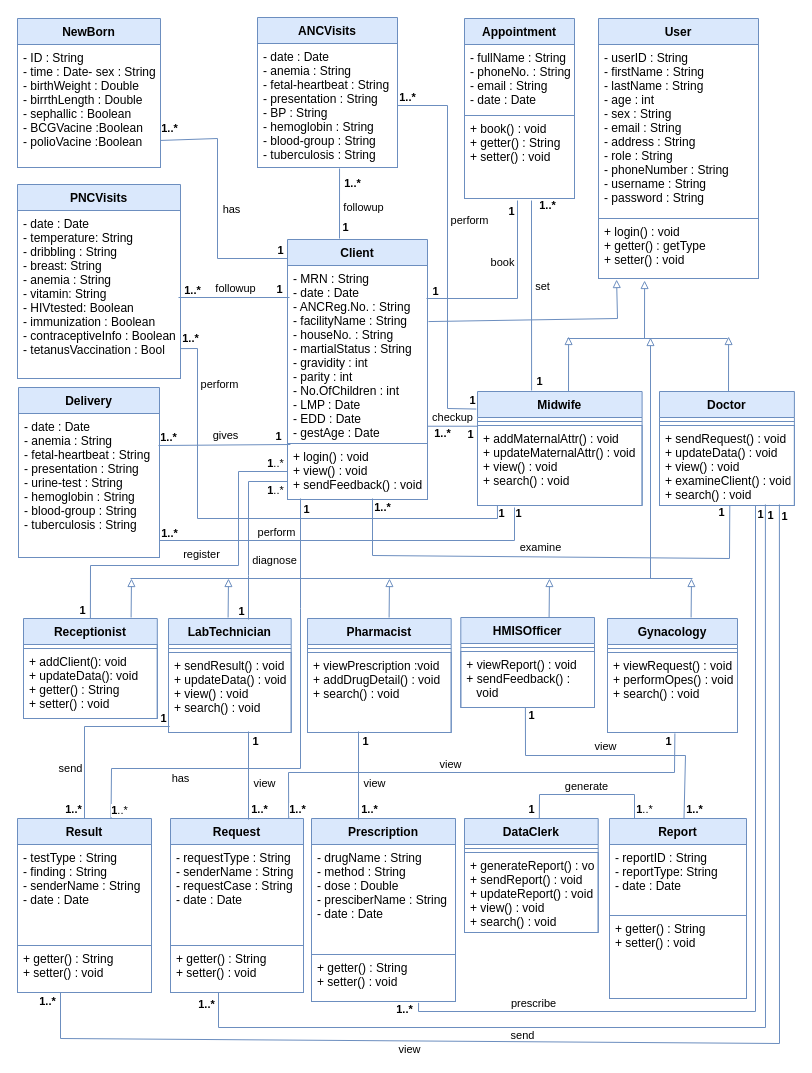
Before: Class Diagram.drawio in fasil712/UML_Diagram_Design, a draw.io diagram. Source tidied: cells renumbered, new cells numbered last; positions are measured from the earlier drawing's top-left corner, leaving out a move shared by most shapes. Both pictures are drawn from the tidied source at 100%, with x=0, y=0 at pixel (17, 17).
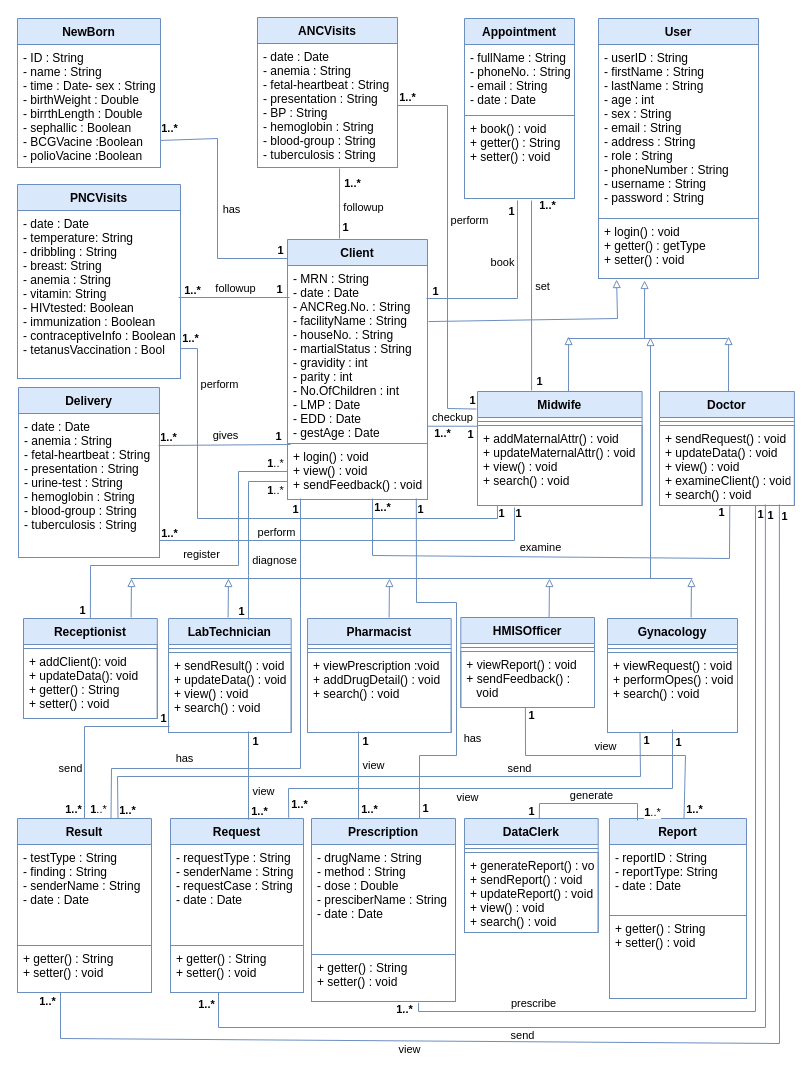
The same page after the edit.

The change refers to these unchanged cells:
```xml
<mxCell id="5" value="Result" style="swimlane;fontStyle=1;align=center;verticalAlign=top;horizontal=1;startSize=26;strokeWidth=1;spacingTop=0;fontSize=12;strokeColor=#6c8ebf;fillColor=#dae8fc;" parent="1" vertex="1">
  <mxGeometry y="801" width="134" height="174" as="geometry" />
</mxCell>
<mxCell id="11" value="Prescription" style="swimlane;fontStyle=1;align=center;verticalAlign=top;horizontal=1;startSize=26;strokeWidth=1;spacingTop=0;fontSize=12;strokeColor=#6c8ebf;fillColor=#dae8fc;" parent="1" vertex="1">
  <mxGeometry x="294" y="801" width="144" height="183" as="geometry" />
</mxCell>
<mxCell id="19" value="+ login() : void&#10;+ view() : void&#10;+ sendFeedback() : void" style="text;strokeColor=#6C8EBF;fillColor=none;align=left;verticalAlign=top;spacingLeft=4;spacingRight=4;overflow=hidden;points=[[0,0.5],[1,0.5]];portConstraint=eastwest;strokeWidth=1;spacingTop=0;fontSize=12;" parent="17" vertex="1">
  <mxGeometry y="204" width="140" height="56" as="geometry" />
</mxCell>
<mxCell id="26" value="NewBorn" style="swimlane;fontStyle=1;align=center;verticalAlign=top;horizontal=1;startSize=26;strokeWidth=1;spacingTop=0;fontSize=12;strokeColor=#6c8ebf;fillColor=#dae8fc;" parent="1" vertex="1">
  <mxGeometry y="1" width="143" height="149" as="geometry" />
</mxCell>
<mxCell id="59" value="Gynacology" style="swimlane;fontStyle=1;align=center;verticalAlign=top;horizontal=1;startSize=26;strokeWidth=1;spacingTop=0;fontSize=12;strokeColor=#6c8ebf;fillColor=#dae8fc;" parent="1" vertex="1">
  <mxGeometry x="590" y="601" width="130" height="114" as="geometry" />
</mxCell>
<mxCell id="107" style="endArrow=none;html=1;rounded=0;strokeWidth=1;fillColor=#dae8fc;strokeColor=#6c8ebf;entryX=0.5;entryY=0;entryDx=0;entryDy=0;" parent="1" edge="1">
  <mxGeometry relative="1" as="geometry">
    <mxPoint x="341" y="714" as="sourcePoint" />
    <mxPoint x="341" y="802" as="targetPoint" />
  </mxGeometry>
</mxCell>
<mxCell id="123" style="endArrow=none;html=1;rounded=0;strokeWidth=1;fillColor=#dae8fc;strokeColor=#6c8ebf;entryX=0.5;entryY=0;entryDx=0;entryDy=0;" parent="1" edge="1">
  <mxGeometry relative="1" as="geometry">
    <mxPoint x="231" y="714" as="sourcePoint" />
    <mxPoint x="231" y="802" as="targetPoint" />
  </mxGeometry>
</mxCell>
<mxCell id="155" style="endArrow=none;html=1;rounded=0;strokeWidth=1;fillColor=#dae8fc;strokeColor=#6c8ebf;entryX=0.75;entryY=0;entryDx=0;entryDy=0;exitX=0.143;exitY=0.982;exitDx=0;exitDy=0;exitPerimeter=0;" parent="1" edge="1">
  <mxGeometry relative="1" as="geometry">
    <mxPoint x="283" y="481" as="sourcePoint" />
    <mxPoint x="93.5" y="801" as="targetPoint" />
    <Array as="points">
      <mxPoint x="283" y="591" />
      <mxPoint x="283" y="751" />
      <mxPoint x="94" y="751" />
    </Array>
  </mxGeometry>
</mxCell>
```

Change to the diagram source:
```diff
@@
-    <mxCell id="27" value="- ID : String&#10;- time : Date- sex : String&#10;- birthWeight : Double&#10;- birrthLength : Double&#10;- sephallic : Boolean&#10;- BCGVacine :Boolean&#10;- polioVacine :Boolean" style="text;strokeColor=#6C8EBF;fillColor=none;align=left;verticalAlign=top;spacingLeft=4;spacingRight=4;overflow=hidden;points=[[0,0.5],[1,0.5]];portConstraint=eastwest;strokeWidth=1;spacingTop=0;fontSize=12;" parent="26" vertex="1">
+    <mxCell id="27" value="- ID : String&#10;- name : String&#10;- time : Date- sex : String&#10;- birthWeight : Double&#10;- birrthLength : Double&#10;- sephallic : Boolean&#10;- BCGVacine :Boolean&#10;- polioVacine :Boolean" style="text;strokeColor=#6C8EBF;fillColor=none;align=left;verticalAlign=top;spacingLeft=4;spacingRight=4;overflow=hidden;points=[[0,0.5],[1,0.5]];portConstraint=eastwest;strokeWidth=1;spacingTop=0;fontSize=12;" parent="26" vertex="1">
       <mxGeometry y="26" width="143" height="123" as="geometry" />
     </mxCell>
@@
     <mxCell id="103" style="endArrow=none;html=1;rounded=0;strokeWidth=1;fillColor=#dae8fc;strokeColor=#6c8ebf;entryX=0.5;entryY=0;entryDx=0;entryDy=0;" parent="1" edge="1">
       <mxGeometry relative="1" as="geometry">
-        <mxPoint x="617" y="801" as="sourcePoint" />
+        <mxPoint x="620" y="803" as="sourcePoint" />
         <mxPoint x="521.8" y="801" as="targetPoint" />
         <Array as="points">
-          <mxPoint x="617" y="777" />
-          <mxPoint x="522" y="777" />
+          <mxPoint x="620" y="786" />
+          <mxPoint x="522" y="786" />
         </Array>
       </mxGeometry>
     </mxCell>
@@
     <mxCell id="105" value="&lt;b&gt;1&lt;/b&gt;..*" style="edgeLabel;html=1;align=center;verticalAlign=middle;fontSize=11;" parent="103" vertex="1">
       <mxGeometry x="-0.69" y="-4" relative="1" as="geometry">
-        <mxPoint x="5" y="12" as="offset" />
+        <mxPoint x="17" y="12" as="offset" />
       </mxGeometry>
     </mxCell>
@@
     <mxCell id="108" value="view" style="edgeLabel;html=1;align=center;verticalAlign=middle;" parent="107" vertex="1">
       <mxGeometry x="0.43" y="-2" relative="1" as="geometry">
-        <mxPoint x="17" y="-12" as="offset" />
+        <mxPoint x="16" y="-30" as="offset" />
       </mxGeometry>
     </mxCell>
@@
     <mxCell id="124" value="view" style="edgeLabel;html=1;align=center;verticalAlign=middle;" parent="123" vertex="1">
       <mxGeometry x="0.43" y="-2" relative="1" as="geometry">
-        <mxPoint x="17" y="-12" as="offset" />
+        <mxPoint x="16" y="-4" as="offset" />
       </mxGeometry>
     </mxCell>
@@
     <mxCell id="126" value="&lt;b&gt;1..*&lt;/b&gt;" style="edgeLabel;html=1;align=center;verticalAlign=middle;fontSize=11;" parent="123" vertex="1">
       <mxGeometry x="0.78" y="-7" relative="1" as="geometry">
-        <mxPoint x="17" y="-1" as="offset" />
+        <mxPoint x="17" y="1" as="offset" />
       </mxGeometry>
     </mxCell>
@@
-    <mxCell id="131" style="endArrow=none;html=1;rounded=0;strokeWidth=1;fillColor=#dae8fc;strokeColor=#6c8ebf;exitX=0.549;exitY=1.011;exitDx=0;exitDy=0;exitPerimeter=0;entryX=0.821;entryY=0.002;entryDx=0;entryDy=0;entryPerimeter=0;" parent="1" edge="1">
+    <mxCell id="131" style="endArrow=none;html=1;rounded=0;strokeWidth=1;fillColor=#dae8fc;strokeColor=#6c8ebf;entryX=0.821;entryY=0.002;entryDx=0;entryDy=0;entryPerimeter=0;" parent="1" edge="1">
       <mxGeometry relative="1" as="geometry">
-        <mxPoint x="657.4" y="715.9" as="sourcePoint" />
-        <mxPoint x="271.2" y="801.3" as="targetPoint" />
+        <mxPoint x="655" y="712" as="sourcePoint" />
+        <mxPoint x="271.2" y="800.3" as="targetPoint" />
         <Array as="points">
-          <mxPoint x="657" y="755" />
-          <mxPoint x="271" y="755" />
+          <mxPoint x="655" y="771" />
+          <mxPoint x="271" y="771" />
         </Array>
       </mxGeometry>
     </mxCell>
     <mxCell id="132" value="view" style="edgeLabel;html=1;align=center;verticalAlign=middle;" parent="131" vertex="1">
       <mxGeometry x="0.43" y="-2" relative="1" as="geometry">
-        <mxPoint x="73" y="-7" as="offset" />
+        <mxPoint x="73" y="10" as="offset" />
       </mxGeometry>
     </mxCell>
     <mxCell id="133" value="&lt;b&gt;1&lt;/b&gt;" style="edgeLabel;html=1;align=center;verticalAlign=middle;fontSize=11;" parent="131" vertex="1">
       <mxGeometry x="-0.69" y="-4" relative="1" as="geometry">
-        <mxPoint x="27" y="-28" as="offset" />
+        <mxPoint x="19" y="-43" as="offset" />
       </mxGeometry>
     </mxCell>
     <mxCell id="134" value="&lt;b&gt;1..*&lt;/b&gt;" style="edgeLabel;html=1;align=center;verticalAlign=middle;fontSize=11;" parent="131" vertex="1">
       <mxGeometry x="0.78" y="-7" relative="1" as="geometry">
-        <mxPoint x="3" y="43" as="offset" />
+        <mxPoint x="-13" y="22" as="offset" />
       </mxGeometry>
     </mxCell>
@@
     <mxCell id="156" value="has" style="edgeLabel;html=1;align=center;verticalAlign=middle;" parent="155" vertex="1">
       <mxGeometry x="0.43" y="-2" relative="1" as="geometry">
-        <mxPoint x="-27" y="11" as="offset" />
+        <mxPoint x="-23" y="-9" as="offset" />
       </mxGeometry>
     </mxCell>
     <mxCell id="157" value="&lt;b&gt;1&lt;/b&gt;" style="edgeLabel;html=1;align=center;verticalAlign=middle;fontSize=11;" parent="155" vertex="1">
       <mxGeometry x="-0.74" y="-6" relative="1" as="geometry">
-        <mxPoint x="11" y="-56" as="offset" />
+        <mxPoint y="-56" as="offset" />
       </mxGeometry>
     </mxCell>
     <mxCell id="158" value="&lt;b&gt;1&lt;/b&gt;..*" style="edgeLabel;html=1;align=center;verticalAlign=middle;fontSize=11;" parent="155" vertex="1">
       <mxGeometry x="0.86" y="-8" relative="1" as="geometry">
-        <mxPoint x="16" y="28" as="offset" />
+        <mxPoint x="-5" y="27" as="offset" />
       </mxGeometry>
     </mxCell>
+    <mxCell id="159" style="endArrow=none;html=1;rounded=0;strokeWidth=1;fillColor=#dae8fc;strokeColor=#6c8ebf;entryX=0.75;entryY=0;entryDx=0;entryDy=0;exitX=0.25;exitY=1;exitDx=0;exitDy=0;" parent="1" edge="1" source="59" target="5">
+      <mxGeometry relative="1" as="geometry">
+        <Array as="points">
+          <mxPoint x="623" y="759" />
+          <mxPoint x="100" y="759" />
+        </Array>
+      </mxGeometry>
+    </mxCell>
+    <mxCell id="160" value="send" style="edgeLabel;html=1;align=center;verticalAlign=middle;" parent="159" vertex="1">
+      <mxGeometry x="0.43" y="-2" relative="1" as="geometry">
+        <mxPoint x="269" y="-7" as="offset" />
+      </mxGeometry>
+    </mxCell>
+    <mxCell id="161" value="&lt;b&gt;1&lt;/b&gt;" style="edgeLabel;html=1;align=center;verticalAlign=middle;fontSize=11;" parent="159" vertex="1">
+      <mxGeometry x="-0.69" y="-4" relative="1" as="geometry">
+        <mxPoint x="55" y="-33" as="offset" />
+      </mxGeometry>
+    </mxCell>
+    <mxCell id="162" value="&lt;b&gt;1..*&lt;/b&gt;" style="edgeLabel;html=1;align=center;verticalAlign=middle;fontSize=11;" parent="159" vertex="1">
+      <mxGeometry x="0.78" y="-7" relative="1" as="geometry">
+        <mxPoint x="-16" y="40" as="offset" />
+      </mxGeometry>
+    </mxCell>
+    <mxCell id="163" style="endArrow=none;html=1;rounded=0;strokeWidth=1;fillColor=#dae8fc;strokeColor=#6c8ebf;entryX=0.75;entryY=0;entryDx=0;entryDy=0;exitX=0.92;exitY=0.98;exitDx=0;exitDy=0;exitPerimeter=0;" parent="1" edge="1" source="19" target="11">
+      <mxGeometry relative="1" as="geometry">
+        <Array as="points">
+          <mxPoint x="399" y="585" />
+          <mxPoint x="439" y="585" />
+          <mxPoint x="439" y="738" />
+          <mxPoint x="402" y="738" />
+        </Array>
+      </mxGeometry>
+    </mxCell>
+    <mxCell id="164" value="has" style="edgeLabel;html=1;align=center;verticalAlign=middle;" parent="163" vertex="1">
+      <mxGeometry x="0.43" y="-2" relative="1" as="geometry">
+        <mxPoint x="17" y="-4" as="offset" />
+      </mxGeometry>
+    </mxCell>
+    <mxCell id="165" value="&lt;b&gt;1&lt;/b&gt;" style="edgeLabel;html=1;align=center;verticalAlign=middle;fontSize=11;" parent="163" vertex="1">
+      <mxGeometry x="-0.69" y="-4" relative="1" as="geometry">
+        <mxPoint x="8" y="-51" as="offset" />
+      </mxGeometry>
+    </mxCell>
+    <mxCell id="166" value="&lt;div&gt;&lt;b&gt;1&lt;/b&gt;&lt;/div&gt;" style="edgeLabel;html=1;align=center;verticalAlign=middle;fontSize=11;" parent="163" vertex="1">
+      <mxGeometry x="0.78" y="-7" relative="1" as="geometry">
+        <mxPoint x="12" y="34" as="offset" />
+      </mxGeometry>
+    </mxCell>
```
